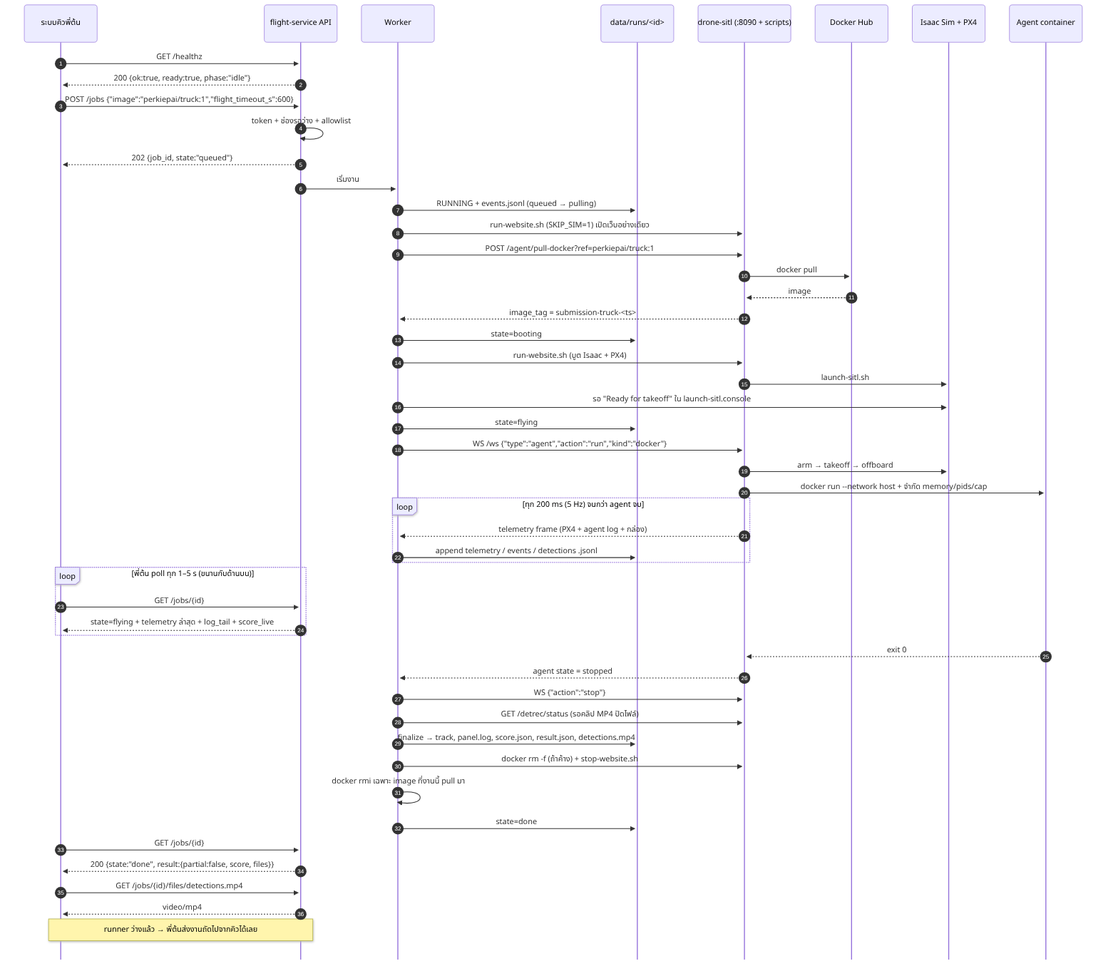
The Mermaid diagram docs/diagrams/01-happy-path.png in PerkiePai/flight-service, before a commit. Its source is kept beside it as docs/diagrams/01-happy-path.mmd. Its diagram source:
```mermaid
sequenceDiagram
    autonumber
    participant PT as ระบบคิวพี่ต้น
    participant API as flight-service API
    participant W as Worker
    participant FS as data/runs/<id>
    participant DS as drone-sitl (:8090 + scripts)
    participant HUB as Docker Hub
    participant SIM as Isaac Sim + PX4
    participant AG as Agent container

    PT->>API: GET /healthz
    API-->>PT: 200 {ok:true, ready:true, phase:"idle"}
    PT->>API: POST /jobs {"image":"perkiepai/truck:1","flight_timeout_s":600}
    API->>API: token + ช่องรอว่าง + allowlist
    API-->>PT: 202 {job_id, state:"queued"}
    API->>W: เริ่มงาน
    W->>FS: RUNNING + events.jsonl (queued → pulling)
    W->>DS: run-website.sh (SKIP_SIM=1) เปิดเว็บอย่างเดียว
    W->>DS: POST /agent/pull-docker?ref=perkiepai/truck:1
    DS->>HUB: docker pull
    HUB-->>DS: image
    DS-->>W: image_tag = submission-truck-<ts>
    W->>FS: state=booting
    W->>DS: run-website.sh (บูต Isaac + PX4)
    DS->>SIM: launch-sitl.sh
    W->>SIM: รอ "Ready for takeoff" ใน launch-sitl.console
    W->>FS: state=flying
    W->>DS: WS /ws {"type":"agent","action":"run","kind":"docker"}
    DS->>SIM: arm → takeoff → offboard
    DS->>AG: docker run --network host + จำกัด memory/pids/cap
    loop ทุก 200 ms (5 Hz) จนกว่า agent จบ
        DS-->>W: telemetry frame (PX4 + agent log + กล่อง)
        W->>FS: append telemetry / events / detections .jsonl
    end
    loop พี่ต้น poll ทุก 1–5 s (ขนานกับด้านบน)
        PT->>API: GET /jobs/{id}
        API-->>PT: state=flying + telemetry ล่าสุด + log_tail + score_live
    end
    AG-->>DS: exit 0
    DS-->>W: agent state = stopped
    W->>DS: WS {"action":"stop"}
    W->>DS: GET /detrec/status (รอคลิป MP4 ปิดไฟล์)
    W->>FS: finalize → track, panel.log, score.json, result.json, detections.mp4
    W->>DS: docker rm -f (ถ้าค้าง) + stop-website.sh
    W->>W: docker rmi เฉพาะ image ที่งานนี้ pull มา
    W->>FS: state=done
    PT->>API: GET /jobs/{id}
    API-->>PT: 200 {state:"done", result:{partial:false, score, files}}
    PT->>API: GET /jobs/{id}/files/detections.mp4
    API-->>PT: video/mp4
    Note over PT,API: runner ว่างแล้ว → พี่ต้นส่งงานถัดไปจากคิวได้เลย
```
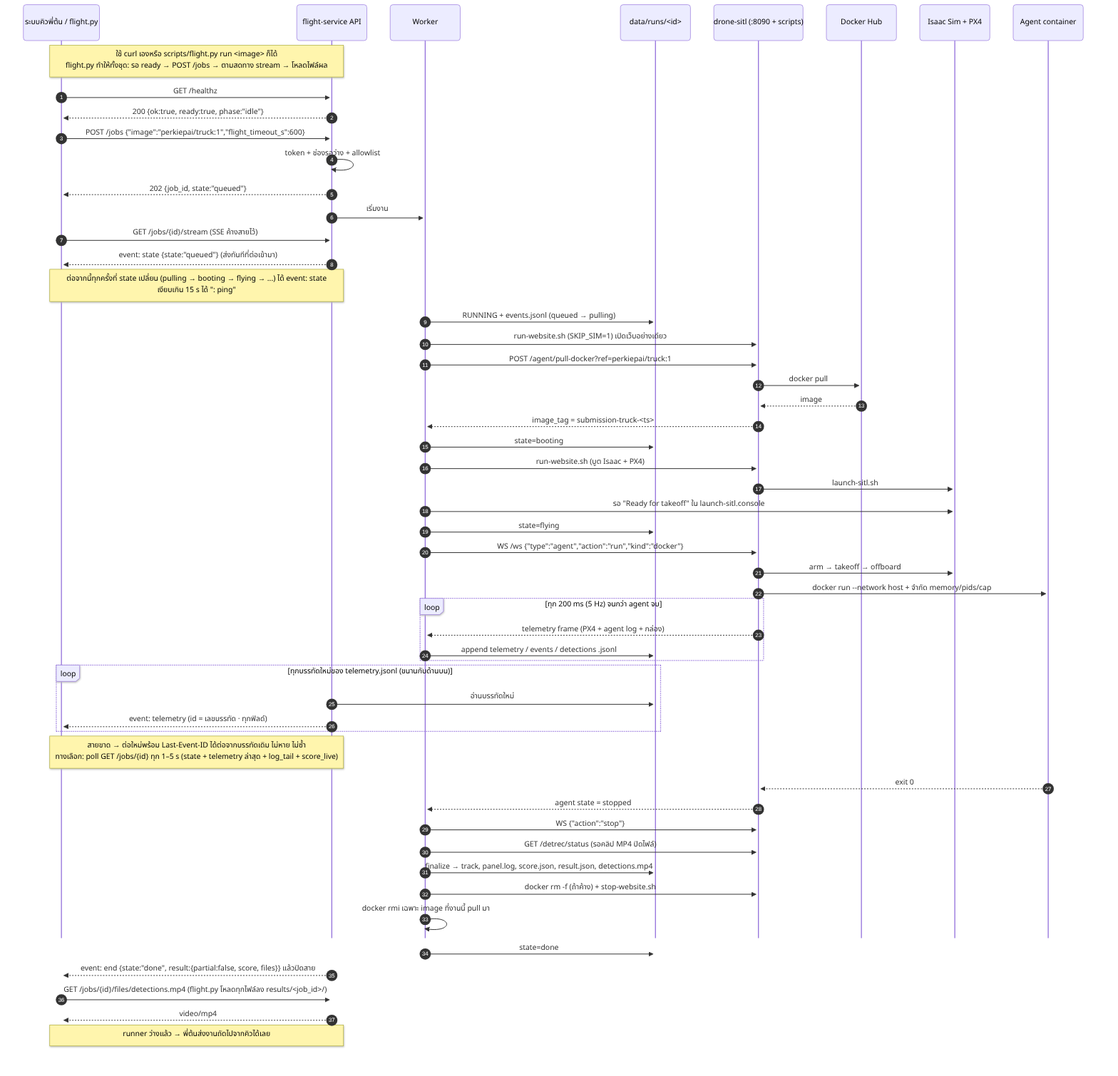
Later version of the same file.

Diff of the diagram source:
```diff
@@ -1,6 +1,6 @@
 sequenceDiagram
     autonumber
-    participant PT as ระบบคิวพี่ต้น
+    participant PT as ระบบคิวพี่ต้น / flight.py
     participant API as flight-service API
     participant W as Worker
     participant FS as data/runs/<id>
@@ -9,12 +9,16 @@
     participant SIM as Isaac Sim + PX4
     participant AG as Agent container
 
+    Note over PT,API: ใช้ curl เองหรือ scripts/flight.py run <image> ก็ได้<br/>flight.py ทำให้ทั้งชุด: รอ ready → POST /jobs → ตามสดทาง stream → โหลดไฟล์ผล
     PT->>API: GET /healthz
     API-->>PT: 200 {ok:true, ready:true, phase:"idle"}
     PT->>API: POST /jobs {"image":"perkiepai/truck:1","flight_timeout_s":600}
     API->>API: token + ช่องรอว่าง + allowlist
     API-->>PT: 202 {job_id, state:"queued"}
     API->>W: เริ่มงาน
+    PT->>API: GET /jobs/{id}/stream (SSE ค้างสายไว้)
+    API-->>PT: event: state {state:"queued"} (ส่งทันทีที่ต่อเข้ามา)
+    Note over PT,API: ต่อจากนี้ทุกครั้งที่ state เปลี่ยน (pulling → booting → flying → ...) ได้ event: state<br/>เงียบเกิน 15 s ได้ ": ping"
     W->>FS: RUNNING + events.jsonl (queued → pulling)
     W->>DS: run-website.sh (SKIP_SIM=1) เปิดเว็บอย่างเดียว
     W->>DS: POST /agent/pull-docker?ref=perkiepai/truck:1
@@ -33,10 +37,11 @@
         DS-->>W: telemetry frame (PX4 + agent log + กล่อง)
         W->>FS: append telemetry / events / detections .jsonl
     end
-    loop พี่ต้น poll ทุก 1–5 s (ขนานกับด้านบน)
-        PT->>API: GET /jobs/{id}
-        API-->>PT: state=flying + telemetry ล่าสุด + log_tail + score_live
+    loop ทุกบรรทัดใหม่ของ telemetry.jsonl (ขนานกับด้านบน)
+        API->>FS: อ่านบรรทัดใหม่
+        API-->>PT: event: telemetry (id = เลขบรรทัด · ทุกฟิลด์)
     end
+    Note over PT,API: สายขาด → ต่อใหม่พร้อม Last-Event-ID ได้ต่อจากบรรทัดเดิม ไม่หาย ไม่ซ้ำ<br/>ทางเลือก: poll GET /jobs/{id} ทุก 1–5 s (state + telemetry ล่าสุด + log_tail + score_live)
     AG-->>DS: exit 0
     DS-->>W: agent state = stopped
     W->>DS: WS {"action":"stop"}
@@ -45,8 +50,7 @@
     W->>DS: docker rm -f (ถ้าค้าง) + stop-website.sh
     W->>W: docker rmi เฉพาะ image ที่งานนี้ pull มา
     W->>FS: state=done
-    PT->>API: GET /jobs/{id}
-    API-->>PT: 200 {state:"done", result:{partial:false, score, files}}
-    PT->>API: GET /jobs/{id}/files/detections.mp4
+    API-->>PT: event: end {state:"done", result:{partial:false, score, files}} แล้วปิดสาย
+    PT->>API: GET /jobs/{id}/files/detections.mp4 (flight.py โหลดทุกไฟล์ลง results/<job_id>/)
     API-->>PT: video/mp4
     Note over PT,API: runner ว่างแล้ว → พี่ต้นส่งงานถัดไปจากคิวได้เลย
```
